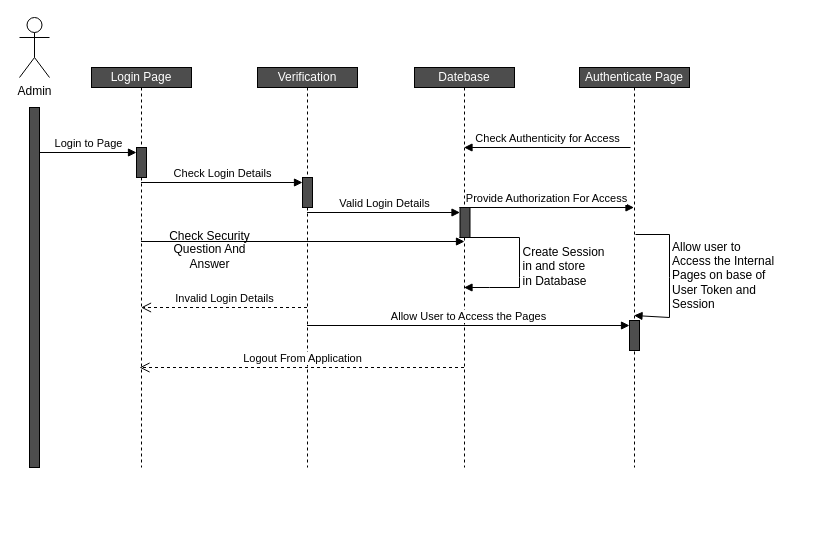
Above: Login Sequence Diagram.drawio in brijeshlimbani11/brijeshlimbani11.github.io (draw.io), before the change. Source tidied: cells renumbered, new cells numbered last; positions are measured from the earlier drawing's top-left corner, leaving out a move shared by most shapes. Both pictures are drawn from the tidied source at 100%, with x=0, y=0 at pixel (19, 17).
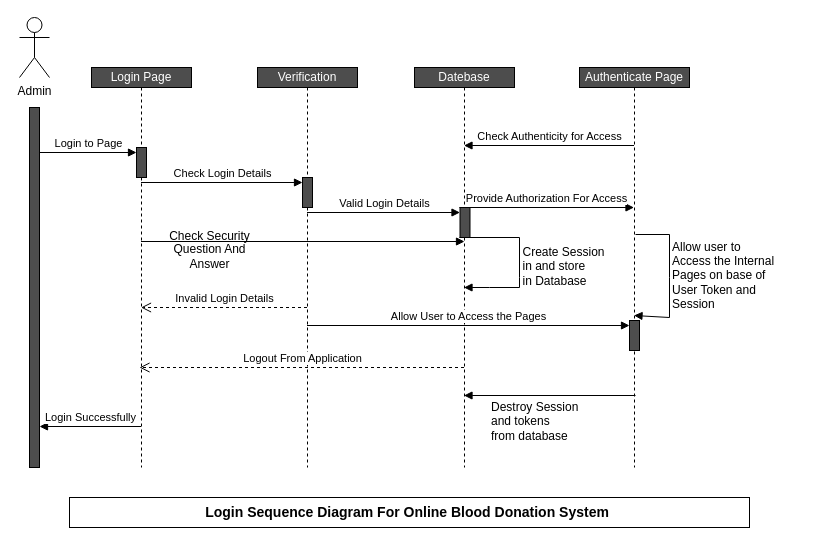
The same diagram, later.

Unchanged cells that the change refers to:
```xml
<mxCell id="8" value="&lt;font color=&quot;#ffffff&quot;&gt;Datebase&lt;/font&gt;" style="shape=umlLifeline;perimeter=lifelinePerimeter;whiteSpace=wrap;html=1;outlineConnect=0;portConstraint=eastwest;newEdgeStyle={&quot;curved&quot;:0,&quot;rounded&quot;:0};size=20;fillColor=#4D4D4D;" parent="1" vertex="1">
  <mxGeometry x="395" y="50" width="100" height="400" as="geometry" />
</mxCell>
<mxCell id="10" value="&lt;font color=&quot;#ffffff&quot;&gt;Authenticate Page&lt;/font&gt;" style="shape=umlLifeline;perimeter=lifelinePerimeter;whiteSpace=wrap;html=1;outlineConnect=0;portConstraint=eastwest;newEdgeStyle={&quot;curved&quot;:0,&quot;rounded&quot;:0};size=20;fillColor=#4D4D4D;" parent="1" vertex="1">
  <mxGeometry x="560" y="50" width="110" height="400" as="geometry" />
</mxCell>
```

What changed in the source:
```diff
@@
-    <mxCell id="15" value="Check Authenticity for Access" style="html=1;verticalAlign=bottom;endArrow=block;curved=0;rounded=0;exitX=0.464;exitY=0.2;exitDx=0;exitDy=0;exitPerimeter=0;" parent="1" edge="1" source="10" target="8">
-      <mxGeometry relative="1" as="geometry" />
+    <mxCell id="15" value="Check Authenticity for Access" style="html=1;verticalAlign=bottom;endArrow=block;curved=0;rounded=0;" parent="1" edge="1">
+      <mxGeometry relative="1" as="geometry">
+        <mxPoint x="614.5" y="128" as="sourcePoint" />
+        <mxPoint x="444.5" y="128" as="targetPoint" />
+      </mxGeometry>
     </mxCell>
@@
+    <mxCell id="27" style="html=1;verticalAlign=bottom;endArrow=block;curved=0;rounded=0;exitX=0.464;exitY=0.2;exitDx=0;exitDy=0;exitPerimeter=0;" parent="1" edge="1">
+      <mxGeometry relative="1" as="geometry">
+        <mxPoint x="616" y="378" as="sourcePoint" />
+        <mxPoint x="444.5" y="378" as="targetPoint" />
+      </mxGeometry>
+    </mxCell>
+    <mxCell id="28" value="Destroy Session&lt;div&gt;and tokens&lt;/div&gt;&lt;div&gt;from database&lt;/div&gt;" style="text;html=1;align=left;verticalAlign=middle;strokeColor=none;fillColor=none;" parent="1" vertex="1">
+      <mxGeometry x="470" y="374" width="110" height="60" as="geometry" />
+    </mxCell>
+    <mxCell id="29" value="Login Successfully" style="html=1;verticalAlign=bottom;endArrow=block;curved=0;rounded=0;" parent="1" edge="1">
+      <mxGeometry relative="1" as="geometry">
+        <mxPoint x="121.5" y="409" as="sourcePoint" />
+        <mxPoint x="20" y="409" as="targetPoint" />
+      </mxGeometry>
+    </mxCell>
+    <mxCell id="30" value="&lt;b&gt;&lt;font style=&quot;font-size: 14px;&quot;&gt;Login Sequence Diagram For Online Blood Donation System&amp;nbsp;&lt;/font&gt;&lt;/b&gt;&lt;div style=&quot;display:none&quot; id=&quot;SDCloudData&quot;&gt;&lt;/div&gt;" style="whiteSpace=wrap;html=1;align=center;" parent="1" vertex="1">
+      <mxGeometry x="50" y="480" width="680" height="30" as="geometry" />
+    </mxCell>
```
